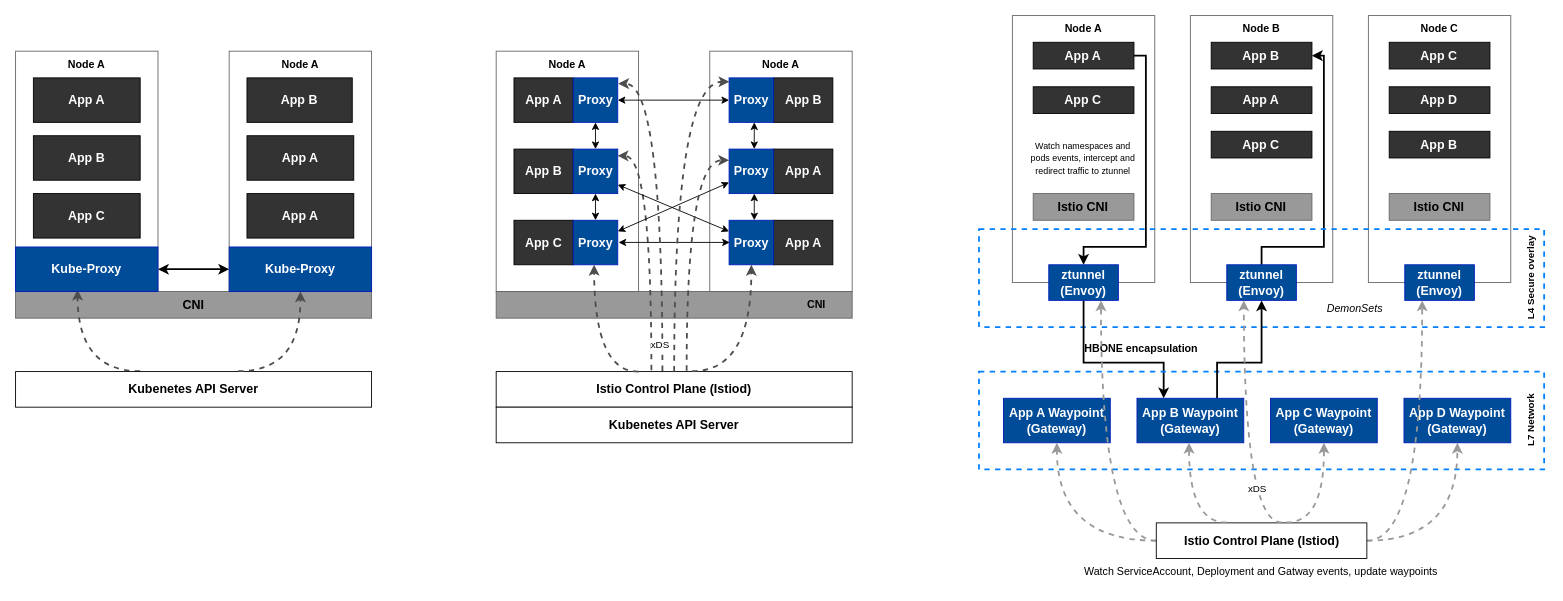
Above: page "Page-6" (6 of 7) of service-mesh.drawio in wehyy/my-world (draw.io), before the change. Source tidied: cells renumbered, new cells numbered last; positions are measured from the earlier drawing's top-left corner, leaving out a move shared by most shapes. Both pictures are drawn from the tidied source at 89%, with x=0, y=0 at pixel (15, 15).
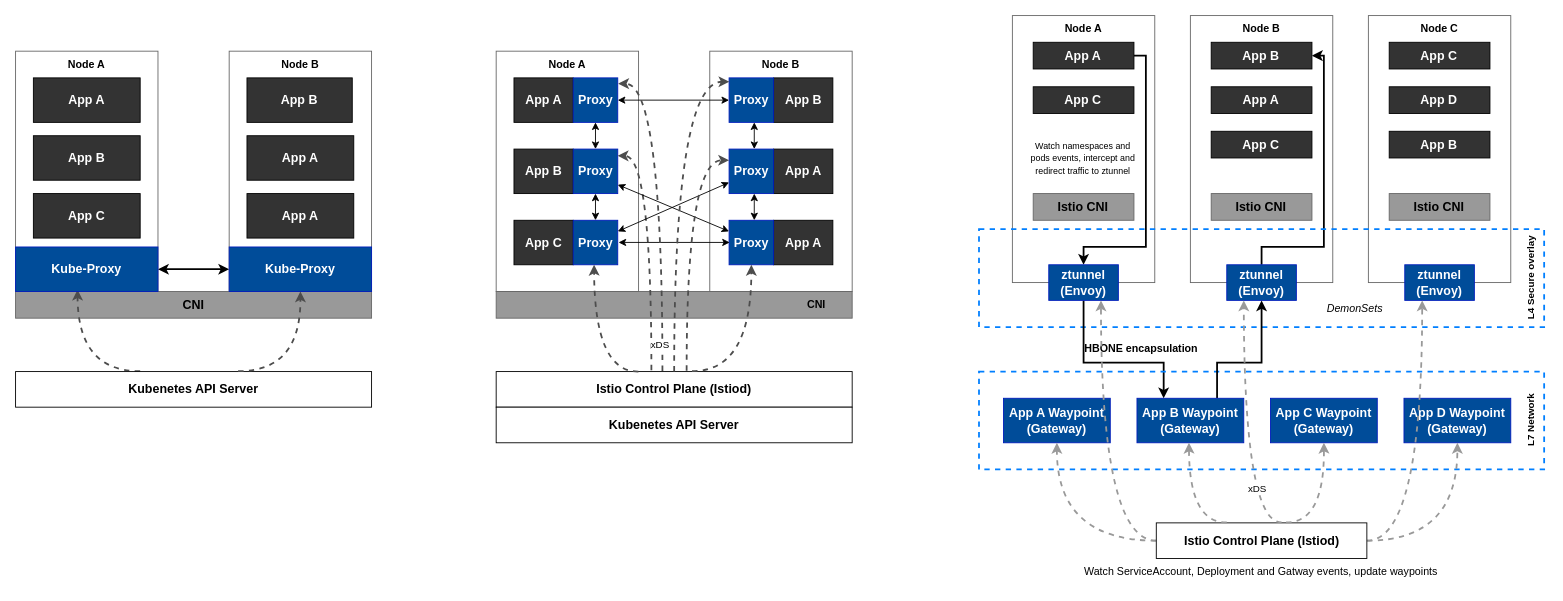
Above is the later version.

What changed in the source:
```diff
@@
-    <mxCell id="53" value="&lt;b&gt;Node A&lt;/b&gt;" style="text;html=1;strokeColor=none;fillColor=none;align=center;verticalAlign=middle;whiteSpace=wrap;rounded=0;" parent="1" vertex="1">
+    <mxCell id="53" value="&lt;b&gt;Node B&lt;/b&gt;" style="text;html=1;strokeColor=none;fillColor=none;align=center;verticalAlign=middle;whiteSpace=wrap;rounded=0;" parent="1" vertex="1">
       <mxGeometry x="830" y="40" width="60" height="30" as="geometry" />
     </mxCell>
@@
-    <mxCell id="90" value="&lt;b&gt;Node A&lt;/b&gt;" style="text;html=1;strokeColor=none;fillColor=none;align=center;verticalAlign=middle;whiteSpace=wrap;rounded=0;" parent="1" vertex="1">
+    <mxCell id="90" value="&lt;b&gt;Node B&lt;/b&gt;" style="text;html=1;strokeColor=none;fillColor=none;align=center;verticalAlign=middle;whiteSpace=wrap;rounded=0;" parent="1" vertex="1">
       <mxGeometry x="290" y="40" width="60" height="30" as="geometry" />
     </mxCell>
```
